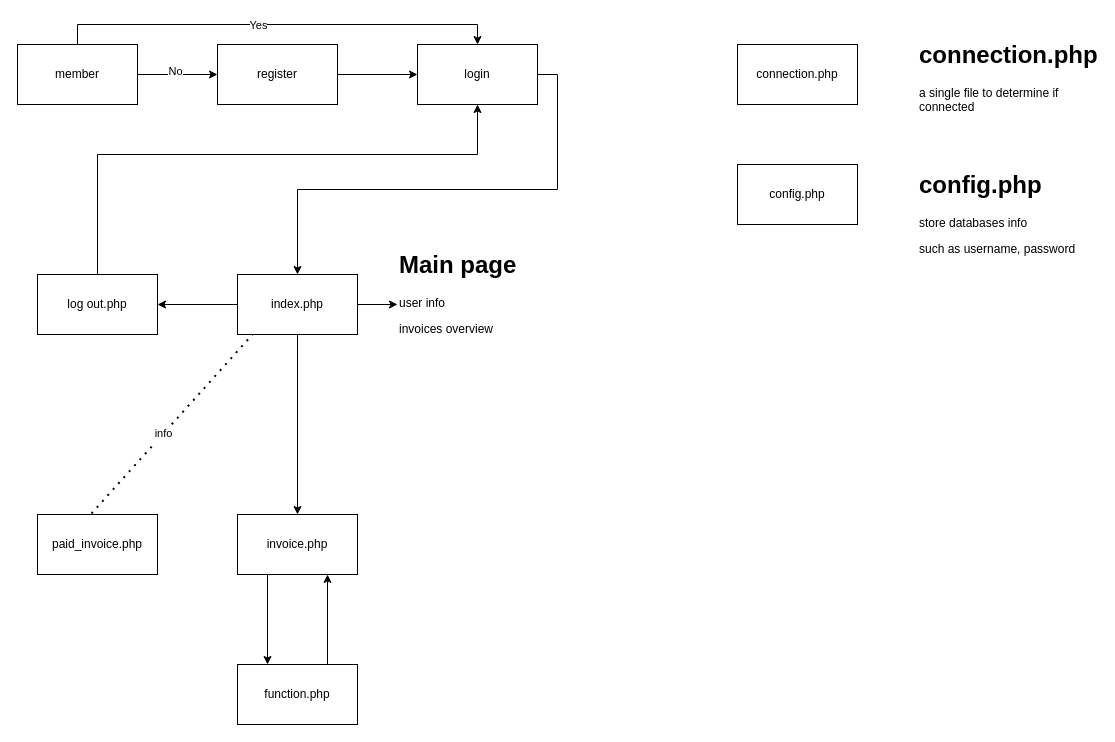
WilsonCruzz/system-design keeps this draw.io diagram as php.drawio. Above is the earlier version. Source tidied: cells renumbered, new cells numbered last; positions are measured from the earlier drawing's top-left corner, leaving out a move shared by most shapes. Both pictures are drawn from the tidied source at 100%, with x=0, y=0 at pixel (17, 34).
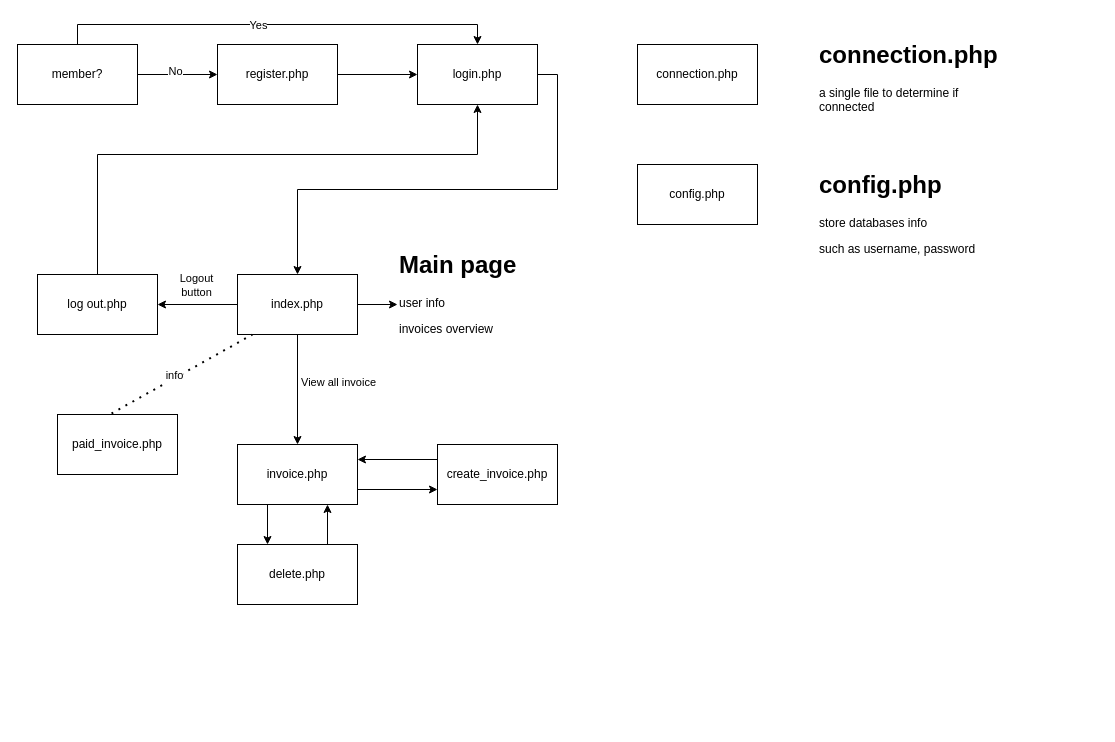
The same page after the edit.

The change refers to these unchanged cells:
```xml
<mxCell id="11" style="edgeStyle=orthogonalEdgeStyle;rounded=0;jettySize=auto;html=1;" parent="1" edge="1" source="14" target="17">
  <mxGeometry relative="1" as="geometry" />
</mxCell>
<mxCell id="13" style="edgeStyle=orthogonalEdgeStyle;rounded=0;jettySize=auto;html=1;" parent="1" edge="1" source="14" target="19">
  <mxGeometry relative="1" as="geometry" />
</mxCell>
```

The edit, as a diff of the source:
```diff
@@
-    <mxCell id="3" value="register" style="rounded=0;whiteSpace=wrap;html=1;" parent="1" vertex="1">
+    <mxCell id="3" value="register.php" style="rounded=0;whiteSpace=wrap;html=1;" parent="1" vertex="1">
       <mxGeometry x="200" y="10" width="120" height="60" as="geometry" />
     </mxCell>
@@
-    <mxCell id="8" value="member" style="rounded=0;whiteSpace=wrap;html=1;" parent="1" vertex="1">
+    <mxCell id="8" value="member?" style="rounded=0;whiteSpace=wrap;html=1;" parent="1" vertex="1">
       <mxGeometry y="10" width="120" height="60" as="geometry" />
     </mxCell>
@@
-    <mxCell id="10" value="login" style="rounded=0;whiteSpace=wrap;html=1;" parent="1" vertex="1">
+    <mxCell id="10" value="login.php" style="rounded=0;whiteSpace=wrap;html=1;" parent="1" vertex="1">
       <mxGeometry x="400" y="10" width="120" height="60" as="geometry" />
     </mxCell>
@@
+    <mxCell id="29" value="Logout&lt;div&gt;button&lt;/div&gt;" style="edgeLabel;html=1;align=center;verticalAlign=middle;" parent="11" vertex="1">
+      <mxGeometry x="0.05" y="-1" relative="1" as="geometry">
+        <mxPoint y="-19" as="offset" />
+      </mxGeometry>
+    </mxCell>
@@
+    <mxCell id="30" value="View all invoice" style="edgeLabel;html=1;align=center;verticalAlign=middle;" parent="13" vertex="1">
+      <mxGeometry x="-0.14" y="1" relative="1" as="geometry">
+        <mxPoint x="39" as="offset" />
+      </mxGeometry>
+    </mxCell>
@@
+    <mxCell id="31" style="edgeStyle=orthogonalEdgeStyle;rounded=0;jettySize=auto;html=1;exitX=1;exitY=0.75;exitDx=0;exitDy=0;entryX=0;entryY=0.75;entryDx=0;entryDy=0;" parent="1" edge="1" source="19" target="33">
+      <mxGeometry relative="1" as="geometry" />
+    </mxCell>
@@
     <mxCell id="19" value="invoice.php" style="whiteSpace=wrap;html=1;rounded=0;" parent="1" vertex="1">
-      <mxGeometry x="220" y="480" width="120" height="60" as="geometry" />
+      <mxGeometry x="220" y="410" width="120" height="60" as="geometry" />
     </mxCell>
     <mxCell id="20" value="connection.php" style="rounded=0;whiteSpace=wrap;html=1;" parent="1" vertex="1">
-      <mxGeometry x="720" y="10" width="120" height="60" as="geometry" />
+      <mxGeometry x="620" y="10" width="120" height="60" as="geometry" />
     </mxCell>
     <mxCell id="21" value="config.php" style="rounded=0;whiteSpace=wrap;html=1;" parent="1" vertex="1">
-      <mxGeometry x="720" y="130" width="120" height="60" as="geometry" />
+      <mxGeometry x="620" y="130" width="120" height="60" as="geometry" />
     </mxCell>
     <mxCell id="22" value="paid_invoice.php" style="rounded=0;whiteSpace=wrap;html=1;" parent="1" vertex="1">
-      <mxGeometry x="20" y="480" width="120" height="60" as="geometry" />
+      <mxGeometry x="40" y="380" width="120" height="60" as="geometry" />
     </mxCell>
@@
-    <mxCell id="24" value="function.php" style="rounded=0;whiteSpace=wrap;html=1;" parent="1" vertex="1">
-      <mxGeometry x="220" y="630" width="120" height="60" as="geometry" />
+    <mxCell id="24" value="delete.php" style="rounded=0;whiteSpace=wrap;html=1;" parent="1" vertex="1">
+      <mxGeometry x="220" y="510" width="120" height="60" as="geometry" />
     </mxCell>
@@
     <mxCell id="27" value="&lt;h1 style=&quot;margin-top: 0px;&quot;&gt;config.php&lt;/h1&gt;&lt;p&gt;store databases info&lt;/p&gt;&lt;p&gt;such as username, password&lt;/p&gt;" style="text;html=1;whiteSpace=wrap;overflow=hidden;rounded=0;" parent="1" vertex="1">
-      <mxGeometry x="900" y="130" width="180" height="120" as="geometry" />
+      <mxGeometry x="800" y="130" width="180" height="120" as="geometry" />
     </mxCell>
     <mxCell id="28" value="&lt;h1 style=&quot;margin-top: 0px;&quot;&gt;connection.php&lt;/h1&gt;&lt;p&gt;a single file to determine if connected&lt;/p&gt;" style="text;html=1;whiteSpace=wrap;overflow=hidden;rounded=0;" parent="1" vertex="1">
-      <mxGeometry x="900" width="180" height="120" as="geometry" />
+      <mxGeometry x="800" width="180" height="120" as="geometry" />
     </mxCell>
+    <mxCell id="32" style="edgeStyle=orthogonalEdgeStyle;rounded=0;jettySize=auto;html=1;exitX=0;exitY=0.25;exitDx=0;exitDy=0;entryX=1;entryY=0.25;entryDx=0;entryDy=0;" parent="1" edge="1" source="33" target="19">
+      <mxGeometry relative="1" as="geometry" />
+    </mxCell>
+    <mxCell id="33" value="create_invoice.php" style="rounded=0;whiteSpace=wrap;html=1;" parent="1" vertex="1">
+      <mxGeometry x="420" y="410" width="120" height="60" as="geometry" />
+    </mxCell>
```
